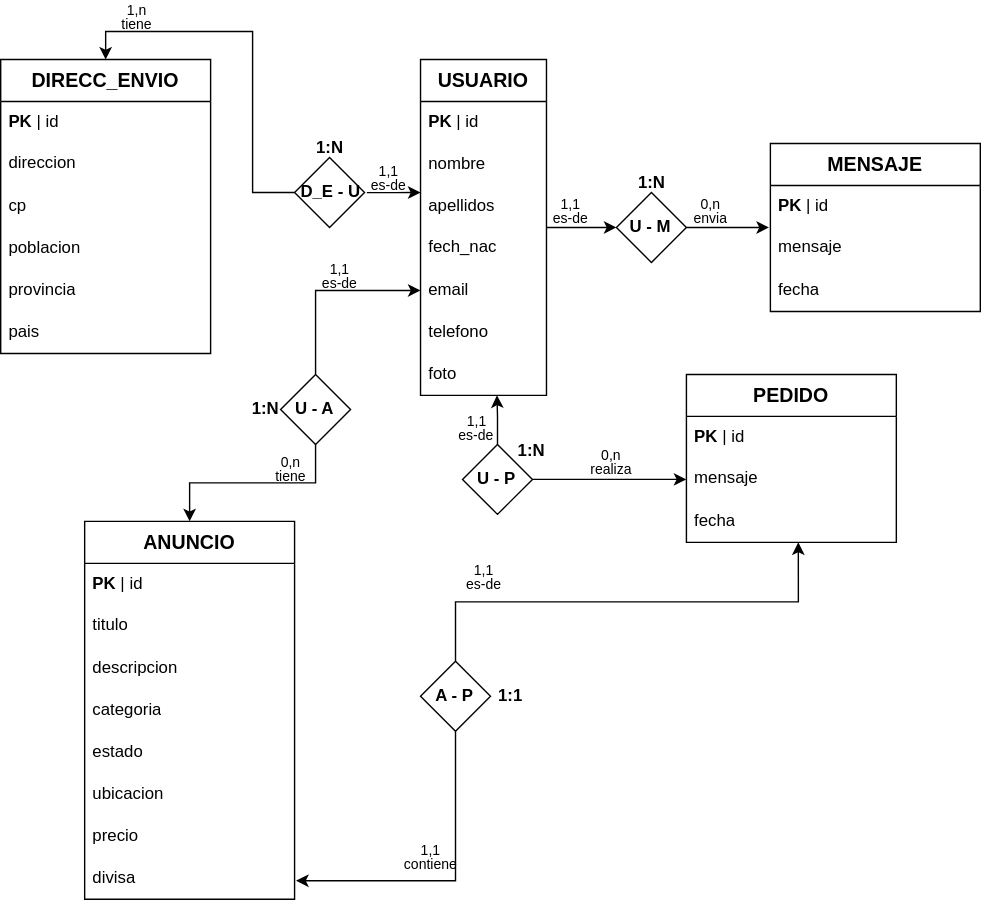
This is bd/diagrama_e-r.svg from ManuelGonzalez709/Final_Proyect, a draw.io export, as it was before one commit. Source tidied: cells renumbered, new cells last; positions are measured from the earlier drawing's top-left corner, leaving out a move shared by most shapes.
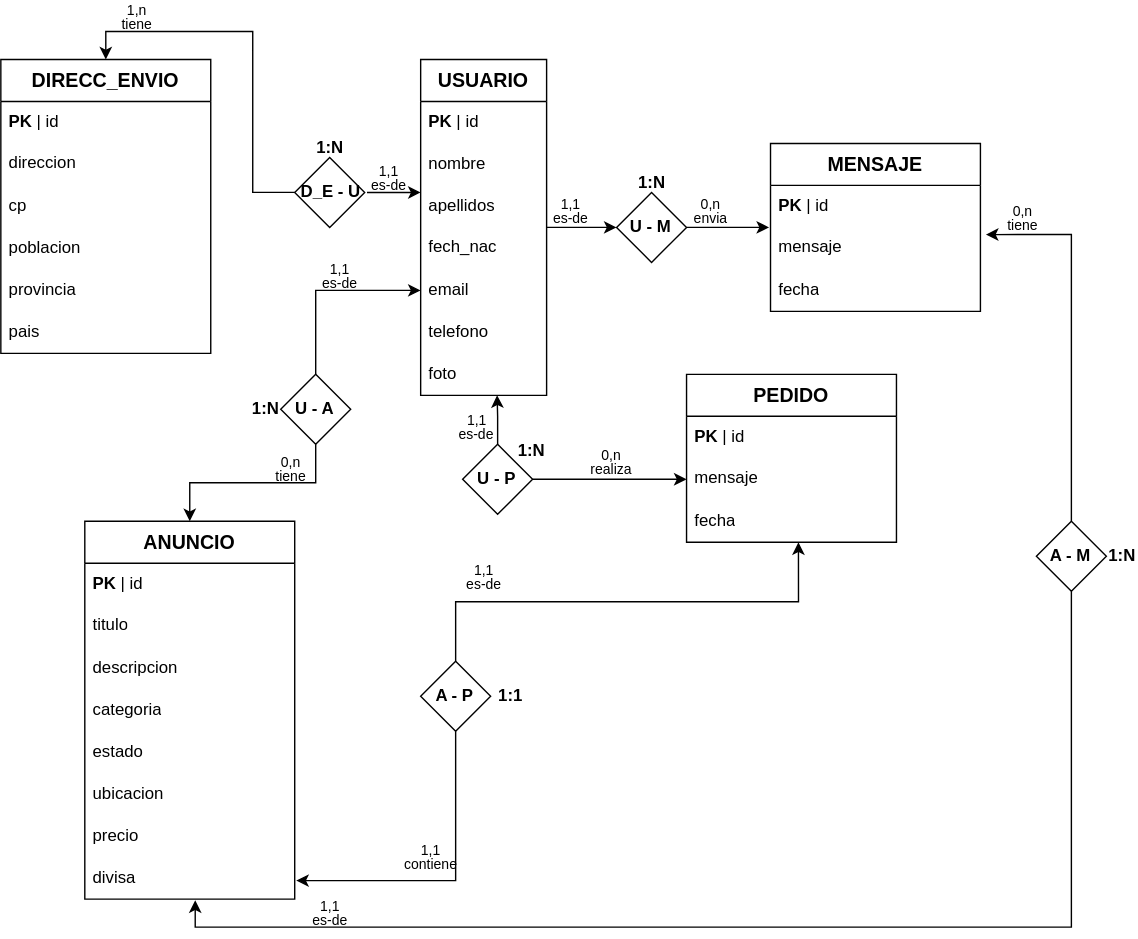
After the change.

What changed in the source:
```diff
@@ -236,5 +236,32 @@
     <mxCell id="78" value="&lt;font style=&quot;font-size: 10px;&quot;&gt;1,n&lt;/font&gt;" style="text;html=1;align=center;verticalAlign=middle;whiteSpace=wrap;rounded=0;" parent="1" vertex="1">
       <mxGeometry x="80" width="35" height="10" as="geometry" />
     </mxCell>
+    <mxCell id="79" style="rhombus;whiteSpace=wrap;html=1;" parent="1" vertex="1">
+      <mxGeometry x="740" y="370" width="50" height="50" as="geometry" />
+    </mxCell>
+    <mxCell id="80" value="&lt;b&gt;A - M&lt;/b&gt;" style="text;html=1;align=center;verticalAlign=middle;whiteSpace=wrap;rounded=0;" parent="1" vertex="1">
+      <mxGeometry x="748.3" y="382.5" width="33.3" height="25" as="geometry" />
+    </mxCell>
+    <mxCell id="81" style="edgeStyle=orthogonalEdgeStyle;rounded=0;jettySize=auto;html=1;entryX=1.026;entryY=0.171;entryDx=0;entryDy=0;entryPerimeter=0;" parent="1" edge="1" source="79" target="13">
+      <mxGeometry relative="1" as="geometry" />
+    </mxCell>
+    <mxCell id="82" style="edgeStyle=orthogonalEdgeStyle;rounded=0;jettySize=auto;html=1;entryX=0.526;entryY=1.029;entryDx=0;entryDy=0;entryPerimeter=0;exitX=0.5;exitY=1;exitDx=0;exitDy=0;" parent="1" edge="1" source="79" target="27">
+      <mxGeometry relative="1" as="geometry" />
+    </mxCell>
+    <mxCell id="83" value="&lt;b&gt;1:N&lt;/b&gt;" style="text;html=1;align=center;verticalAlign=middle;whiteSpace=wrap;rounded=0;" parent="1" vertex="1">
+      <mxGeometry x="790" y="387.5" width="22.5" height="15" as="geometry" />
+    </mxCell>
+    <mxCell id="84" value="&lt;font style=&quot;font-size: 10px;&quot;&gt;tiene&lt;/font&gt;" style="text;html=1;align=center;verticalAlign=middle;whiteSpace=wrap;rounded=0;" parent="1" vertex="1">
+      <mxGeometry x="713.3" y="152.5" width="35" height="10" as="geometry" />
+    </mxCell>
+    <mxCell id="85" value="&lt;span style=&quot;font-size: 10px;&quot;&gt;es-de&lt;/span&gt;" style="text;html=1;align=center;verticalAlign=middle;whiteSpace=wrap;rounded=0;" parent="1" vertex="1">
+      <mxGeometry x="218.3" y="650" width="35" height="10" as="geometry" />
+    </mxCell>
+    <mxCell id="86" value="&lt;span style=&quot;font-size: 10px;&quot;&gt;0,n&lt;/span&gt;" style="text;html=1;align=center;verticalAlign=middle;whiteSpace=wrap;rounded=0;" parent="1" vertex="1">
+      <mxGeometry x="713.3" y="142.5" width="35" height="10" as="geometry" />
+    </mxCell>
+    <mxCell id="87" value="&lt;font style=&quot;font-size: 10px;&quot;&gt;1,1&lt;/font&gt;" style="text;html=1;align=center;verticalAlign=middle;whiteSpace=wrap;rounded=0;" parent="1" vertex="1">
+      <mxGeometry x="218.3" y="640" width="35" height="10" as="geometry" />
+    </mxCell>
   </root>
 </mxGraphModel>
```
